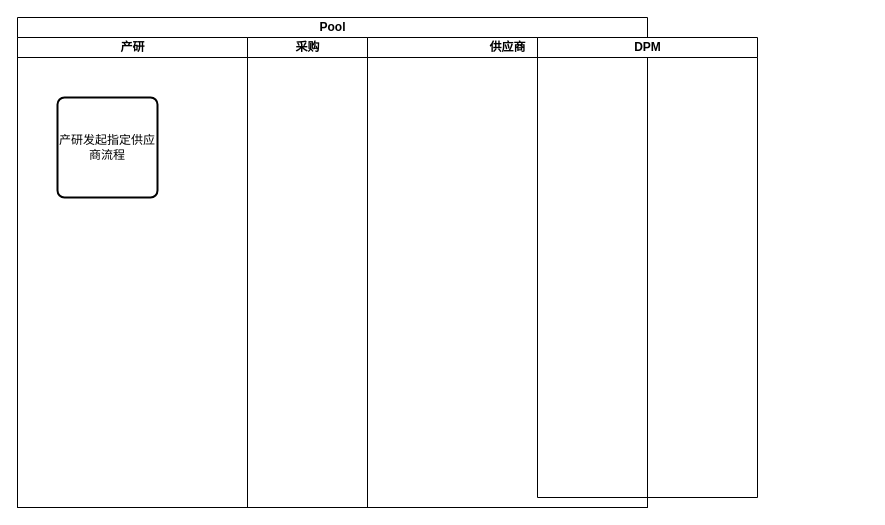
jordan808080/design2 keeps this draw.io diagram as 外采业务流程说明.drawio. Above is the earlier version. Source tidied: cells renumbered, new cells numbered last; positions are measured from the earlier drawing's top-left corner, leaving out a move shared by most shapes. Both pictures are drawn from the tidied source at 100%, with x=0, y=0 at pixel (17, 17).
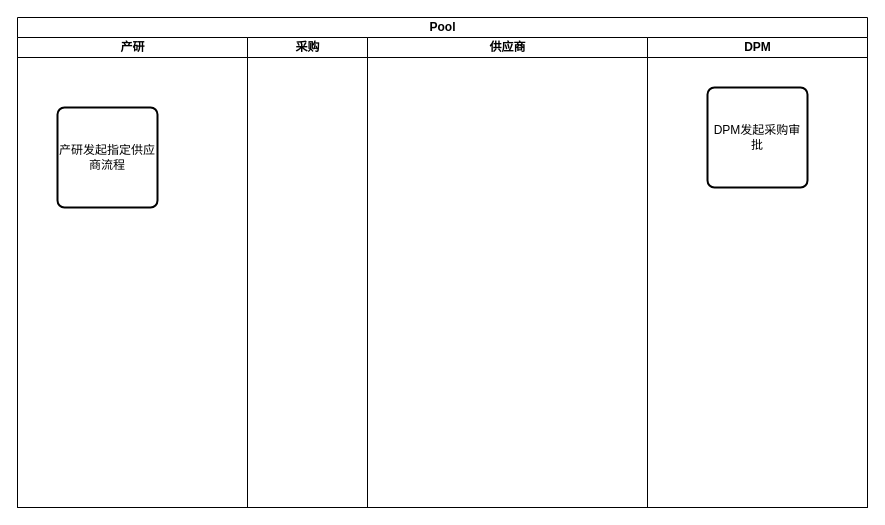
The same page after the edit.

Commit message (it also covers changes not shown here):
更新外采业务流程说明.drawio

Diff of the diagram source:
```diff
@@
 <mxGraphModel>
   <root>
     <mxCell id="0" />
     <mxCell id="1" parent="0" />
     <mxCell id="2" value="Pool" style="swimlane;startSize=20;html=1;" parent="1" vertex="1">
-      <mxGeometry width="630" height="490" as="geometry" />
+      <mxGeometry width="850" height="490" as="geometry" />
     </mxCell>
     <mxCell id="3" value="产研" style="swimlane;startSize=20;html=1;" parent="2" vertex="1">
       <mxGeometry y="20" width="230" height="470" as="geometry" />
     </mxCell>
     <mxCell id="4" value="产研发起指定供应商流程" style="rounded=1;whiteSpace=wrap;html=1;absoluteArcSize=1;arcSize=14;strokeWidth=2;" parent="3" vertex="1">
-      <mxGeometry x="40" y="60" width="100" height="100" as="geometry" />
+      <mxGeometry x="40" y="70" width="100" height="100" as="geometry" />
     </mxCell>
     <mxCell id="5" value="采购" style="swimlane;startSize=20;html=1;" parent="2" vertex="1">
       <mxGeometry x="230" y="20" width="120" height="470" as="geometry" />
     </mxCell>
     <mxCell id="6" value="供应商" style="swimlane;startSize=20;html=1;" parent="2" vertex="1">
       <mxGeometry x="350" y="20" width="280" height="470" as="geometry" />
     </mxCell>
-    <mxCell id="7" value="DPM" style="swimlane;startSize=20;html=1;" parent="1" vertex="1">
-      <mxGeometry x="520" y="20" width="220" height="460" as="geometry" />
+    <mxCell id="7" value="DPM" style="swimlane;startSize=20;html=1;" parent="2" vertex="1">
+      <mxGeometry x="630" y="20" width="220" height="470" as="geometry" />
     </mxCell>
+    <mxCell id="8" value="DPM发起采购审批" style="rounded=1;whiteSpace=wrap;html=1;absoluteArcSize=1;arcSize=14;strokeWidth=2;" parent="7" vertex="1">
+      <mxGeometry x="60" y="50" width="100" height="100" as="geometry" />
+    </mxCell>
   </root>
 </mxGraphModel>
```
